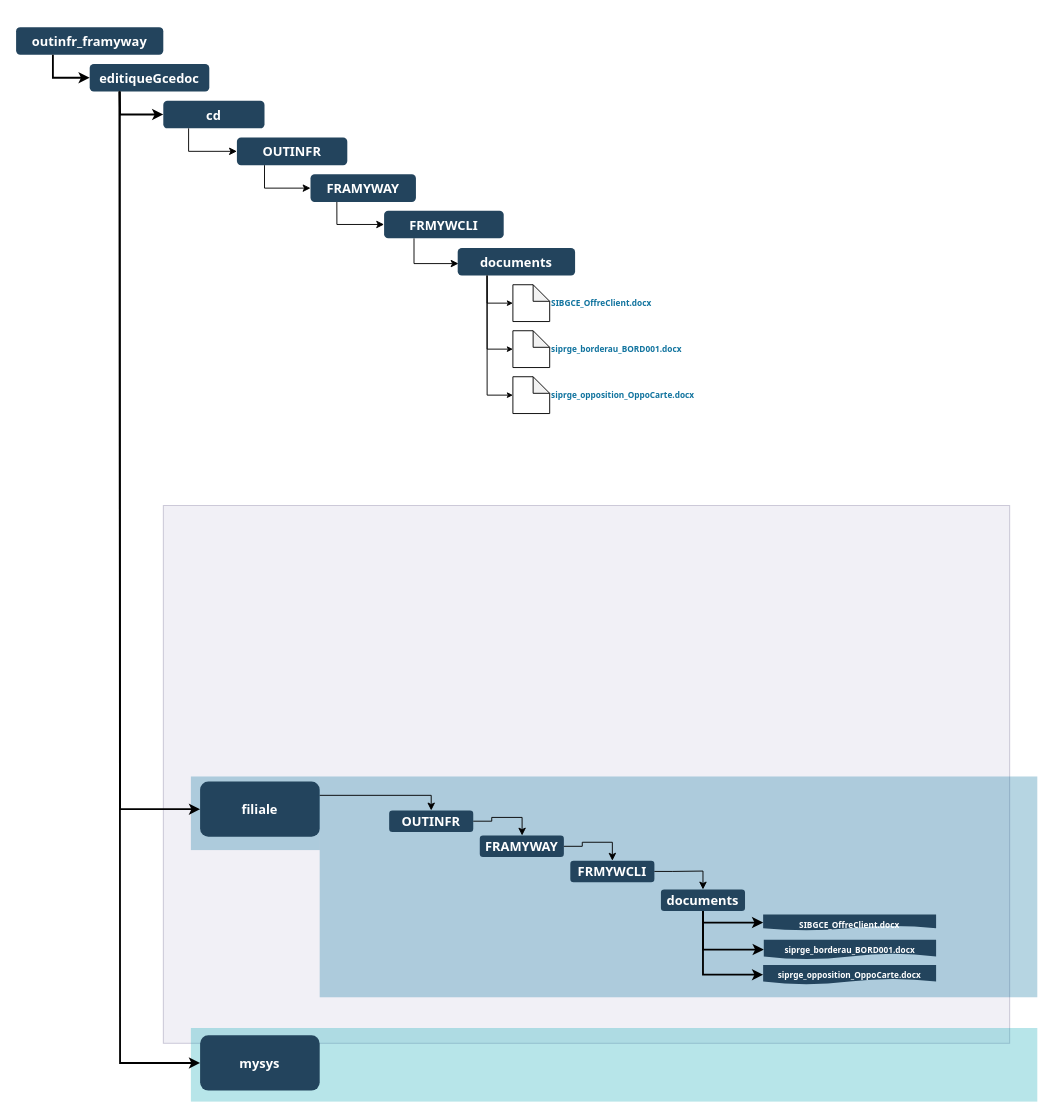
This is page "Copy of projet structure exemple" (2 of 3) of gcedoc_devops.drawio from salmen/gitflowdiagram, a draw.io file, before an edit. Source tidied: cells renumbered, new cells numbered last; positions are measured from the earlier drawing's top-left corner, leaving out a move shared by most shapes. Both pictures are drawn from the tidied source at 92%, with x=0, y=0 at pixel (16, 27).
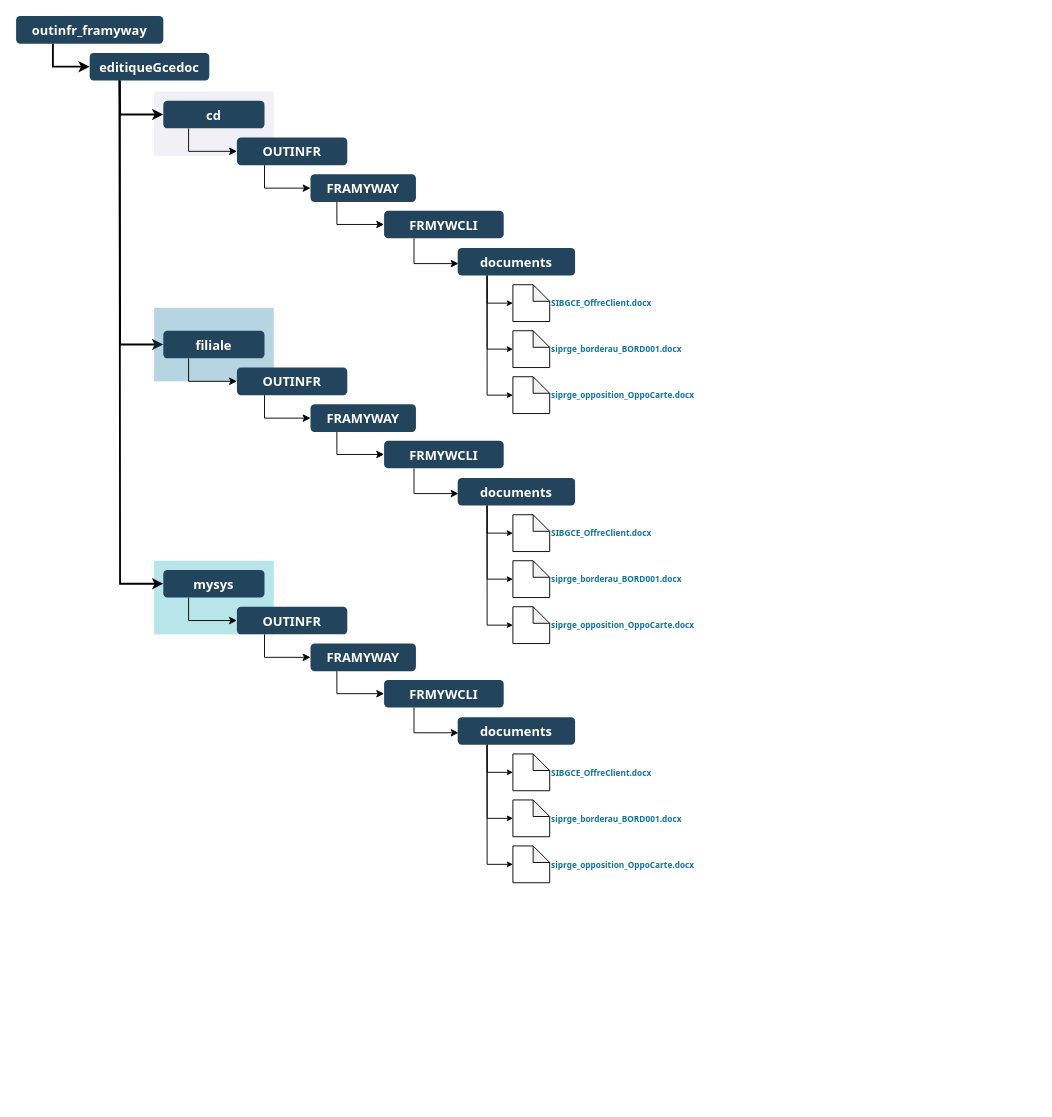
Above is the later version.

Commit message:
version plus condensée

Change to the diagram source:
```diff
@@
-    <mxCell id="2" style="fillColor=#d0cee2;strokeColor=#56517e;opacity=30;" parent="1" vertex="1">
-      <mxGeometry x="160" y="520" width="920" height="584.5" as="geometry" />
+    <mxCell id="2" style="fillColor=#d0cee2;opacity=30;strokeColor=none;" parent="1" vertex="1">
+      <mxGeometry x="150" y="70" width="130" height="70" as="geometry" />
     </mxCell>
-    <mxCell id="3" style="fillColor=#10739E;strokeColor=none;opacity=30;" parent="1" vertex="1">
-      <mxGeometry x="190" y="814.5" width="140" height="80" as="geometry" />
-    </mxCell>
     <mxCell id="4" style="fillColor=#12AAB5;strokeColor=none;opacity=30;" parent="1" vertex="1">
-      <mxGeometry x="190" y="1087.9" width="920" height="80" as="geometry" />
+      <mxGeometry x="150" y="580" width="130" height="80" as="geometry" />
     </mxCell>
     <mxCell id="5" value="outinfr_framyway" style="rounded=1;fillColor=#23445D;gradientColor=none;strokeColor=none;fontColor=#FFFFFF;fontStyle=1;fontFamily=Tahoma;fontSize=14;" parent="1" vertex="1">
-      <mxGeometry width="160" height="30" as="geometry" />
+      <mxGeometry y="-12" width="160" height="30" as="geometry" />
     </mxCell>
     <mxCell id="6" value="editiqueGcedoc" style="rounded=1;fillColor=#23445D;gradientColor=none;strokeColor=none;fontColor=#FFFFFF;fontStyle=1;fontFamily=Tahoma;fontSize=14;" parent="1" vertex="1">
-      <mxGeometry x="80" y="40" width="130" height="30" as="geometry" />
+      <mxGeometry x="80" y="28" width="130" height="30" as="geometry" />
     </mxCell>
@@
-    <mxCell id="8" value="filiale" style="rounded=1;fillColor=#23445D;gradientColor=none;strokeColor=none;fontColor=#FFFFFF;fontStyle=1;fontFamily=Tahoma;fontSize=14;" parent="1" vertex="1">
-      <mxGeometry x="200" y="820" width="130" height="60" as="geometry" />
-    </mxCell>
-    <mxCell id="9" value="mysys" style="rounded=1;fillColor=#23445D;gradientColor=none;strokeColor=none;fontColor=#FFFFFF;fontStyle=1;fontFamily=Tahoma;fontSize=14;" parent="1" vertex="1">
-      <mxGeometry x="200" y="1095.9" width="130" height="60" as="geometry" />
-    </mxCell>
     <mxCell id="10" style="edgeStyle=elbowEdgeStyle;elbow=vertical;strokeWidth=2;rounded=0;exitX=0.25;exitY=1;exitDx=0;exitDy=0;entryX=0;entryY=0.5;entryDx=0;entryDy=0;" parent="1" edge="1" source="5" target="6">
-      <mxGeometry x="-23" as="geometry">
+      <mxGeometry x="-23" y="-12" as="geometry">
         <Array as="points">
-          <mxPoint x="60" y="55" />
+          <mxPoint x="60" y="43" />
         </Array>
       </mxGeometry>
     </mxCell>
@@
-    <mxCell id="12" style="edgeStyle=elbowEdgeStyle;elbow=horizontal;strokeWidth=2;rounded=0;exitX=0.25;exitY=1;exitDx=0;exitDy=0;" parent="1" edge="1" source="6" target="8">
+    <mxCell id="12" style="edgeStyle=elbowEdgeStyle;elbow=horizontal;strokeWidth=2;rounded=0;exitX=0.25;exitY=1;exitDx=0;exitDy=0;entryX=0;entryY=0.5;entryDx=0;entryDy=0;" parent="1" edge="1" source="6" target="8">
       <mxGeometry x="-23" as="geometry">
         <Array as="points">
           <mxPoint x="113" y="120" />
           <mxPoint x="162" y="290" />
         </Array>
       </mxGeometry>
     </mxCell>
@@
     <mxCell id="23" style="group;fillColor=#10739E;opacity=30;strokeWidth=1;" parent="1" vertex="1">
-      <mxGeometry x="330" y="814.5" width="780" height="240" as="geometry" />
+      <mxGeometry x="150" y="305" width="130" height="80" as="geometry" />
     </mxCell>
-    <mxCell id="24" value="OUTINFR" style="rounded=1;fillColor=#23445D;gradientColor=none;strokeColor=none;fontColor=#FFFFFF;fontStyle=1;fontFamily=Tahoma;fontSize=14;" parent="1" vertex="1">
-      <mxGeometry x="405.5" y="851.4" width="91.4" height="23.4" as="geometry" />
-    </mxCell>
-    <mxCell id="25" value="FRAMYWAY" style="rounded=1;fillColor=#23445D;gradientColor=none;strokeColor=none;fontColor=#FFFFFF;fontStyle=1;fontFamily=Tahoma;fontSize=14;" parent="1" vertex="1">
-      <mxGeometry x="504" y="878.7" width="91.4" height="23.4" as="geometry" />
-    </mxCell>
-    <mxCell id="26" style="edgeStyle=orthogonalEdgeStyle;rounded=0;jettySize=auto;html=1;" parent="1" edge="1" source="24" target="25">
-      <mxGeometry x="340" y="854.5" as="geometry">
-        <Array as="points">
-          <mxPoint x="517" y="863" />
-          <mxPoint x="517" y="859" />
-          <mxPoint x="550" y="859" />
-        </Array>
-      </mxGeometry>
-    </mxCell>
-    <mxCell id="27" style="edgeStyle=orthogonalEdgeStyle;rounded=0;jettySize=auto;html=1;entryX=0.5;entryY=0;entryDx=0;entryDy=0;exitX=1;exitY=0.25;exitDx=0;exitDy=0;" parent="1" edge="1" source="8" target="24">
-      <mxGeometry x="340" y="854.5" as="geometry">
-        <Array as="points">
-          <mxPoint x="451" y="835" />
-        </Array>
-      </mxGeometry>
-    </mxCell>
-    <mxCell id="28" value="FRMYWCLI" style="rounded=1;fillColor=#23445D;gradientColor=none;strokeColor=none;fontColor=#FFFFFF;fontStyle=1;fontFamily=Tahoma;fontSize=14;" parent="1" vertex="1">
-      <mxGeometry x="602.4" y="906" width="91.4" height="23.4" as="geometry" />
-    </mxCell>
-    <mxCell id="29" style="edgeStyle=orthogonalEdgeStyle;rounded=0;jettySize=auto;html=1;" parent="1" edge="1" source="25" target="28">
-      <mxGeometry x="340" y="854.5" as="geometry" />
-    </mxCell>
-    <mxCell id="30" value="documents" style="rounded=1;fillColor=#23445D;gradientColor=none;strokeColor=none;fontColor=#FFFFFF;fontStyle=1;fontFamily=Tahoma;fontSize=14;" parent="1" vertex="1">
-      <mxGeometry x="700.9" y="937.3" width="91.4" height="23.4" as="geometry" />
-    </mxCell>
-    <mxCell id="31" style="edgeStyle=orthogonalEdgeStyle;rounded=0;jettySize=auto;html=1;" parent="1" edge="1" source="28" target="30">
-      <mxGeometry x="340" y="854.5" as="geometry" />
-    </mxCell>
-    <mxCell id="32" value="SIBGCE_OffreClient.docx" style="shape=document;whiteSpace=wrap;html=1;boundedLbl=1;rounded=1;fontFamily=Tahoma;fontSize=9;fontColor=#FFFFFF;fontStyle=1;strokeColor=none;fillColor=#23445D;verticalAlign=top;" parent="1" vertex="1">
-      <mxGeometry x="812" y="964.6" width="188" height="17.4" as="geometry" />
-    </mxCell>
-    <mxCell id="33" value="siprge_opposition_OppoCarte.docx" style="shape=document;boundedLbl=1;rounded=1;fontFamily=Tahoma;fontSize=9;fontColor=#FFFFFF;fontStyle=1;strokeColor=none;fillColor=#23445D;labelPosition=center;verticalLabelPosition=middle;align=center;verticalAlign=top;whiteSpace=wrap;html=1;" parent="1" vertex="1">
-      <mxGeometry x="812" y="1019.3" width="188" height="21.3" as="geometry" />
-    </mxCell>
-    <mxCell id="34" value="siprge_borderau_BORD001.docx" style="shape=document;boundedLbl=1;rounded=1;fontFamily=Tahoma;fontSize=9;fontColor=#FFFFFF;fontStyle=1;strokeColor=none;fillColor=#23445D;labelPosition=center;verticalLabelPosition=middle;align=center;verticalAlign=top;whiteSpace=wrap;html=1;" parent="1" vertex="1">
-      <mxGeometry x="812.7" y="992" width="187.3" height="21.3" as="geometry" />
-    </mxCell>
-    <mxCell id="35" style="edgeStyle=elbowEdgeStyle;elbow=horizontal;strokeWidth=2;rounded=0;entryX=0;entryY=0.5;entryDx=0;entryDy=0;exitX=0.5;exitY=1;exitDx=0;exitDy=0;" parent="1" edge="1" source="30" target="34">
-      <mxGeometry x="540.4" y="753" as="geometry">
-        <Array as="points">
-          <mxPoint x="746.6" y="980.3" />
-        </Array>
-      </mxGeometry>
-    </mxCell>
-    <mxCell id="36" style="edgeStyle=elbowEdgeStyle;elbow=horizontal;strokeWidth=2;rounded=0;entryX=0;entryY=0.5;entryDx=0;entryDy=0;exitX=0.5;exitY=1;exitDx=0;exitDy=0;" parent="1" edge="1" source="30" target="32">
-      <mxGeometry x="540.4" y="721.7" as="geometry">
-        <Array as="points">
-          <mxPoint x="746.6" y="949" />
-        </Array>
-      </mxGeometry>
-    </mxCell>
-    <mxCell id="37" style="edgeStyle=elbowEdgeStyle;elbow=horizontal;strokeWidth=2;rounded=0;entryX=0;entryY=0.5;entryDx=0;entryDy=0;exitX=0.5;exitY=1;exitDx=0;exitDy=0;" parent="1" edge="1" source="30" target="33">
-      <mxGeometry x="547.5" y="756.9" as="geometry">
-        <Array as="points">
-          <mxPoint x="746.6" y="1019.3" />
-        </Array>
-      </mxGeometry>
-    </mxCell>
@@
+    <mxCell id="8" value="filiale" style="rounded=1;fillColor=#23445D;gradientColor=none;strokeColor=none;fontColor=#FFFFFF;fontStyle=1;fontFamily=Tahoma;fontSize=14;" parent="1" vertex="1">
+      <mxGeometry x="160" y="330" width="110" height="30" as="geometry" />
+    </mxCell>
+    <mxCell id="43" style="edgeStyle=orthogonalEdgeStyle;rounded=0;jettySize=auto;html=1;exitX=0.25;exitY=1;exitDx=0;exitDy=0;entryX=0;entryY=0.5;entryDx=0;entryDy=0;" parent="1" edge="1" source="44" target="46">
+      <mxGeometry relative="1" as="geometry" />
+    </mxCell>
+    <mxCell id="44" value="OUTINFR" style="rounded=1;fillColor=#23445D;gradientColor=none;strokeColor=none;fontColor=#FFFFFF;fontStyle=1;fontFamily=Tahoma;fontSize=14;" parent="1" vertex="1">
+      <mxGeometry x="240" y="370" width="120" height="30" as="geometry" />
+    </mxCell>
+    <mxCell id="45" style="edgeStyle=orthogonalEdgeStyle;rounded=0;jettySize=auto;html=1;exitX=0.25;exitY=1;exitDx=0;exitDy=0;entryX=0;entryY=0.5;entryDx=0;entryDy=0;" parent="1" edge="1" source="46" target="49">
+      <mxGeometry relative="1" as="geometry">
+        <Array as="points">
+          <mxPoint x="349" y="465" />
+        </Array>
+      </mxGeometry>
+    </mxCell>
+    <mxCell id="46" value="FRAMYWAY" style="rounded=1;fillColor=#23445D;gradientColor=none;strokeColor=none;fontColor=#FFFFFF;fontStyle=1;fontFamily=Tahoma;fontSize=14;" parent="1" vertex="1">
+      <mxGeometry x="320" y="410" width="114.6" height="30" as="geometry" />
+    </mxCell>
+    <mxCell id="47" style="edgeStyle=orthogonalEdgeStyle;rounded=0;jettySize=auto;html=1;entryX=0;entryY=0.5;entryDx=0;entryDy=0;exitX=0.25;exitY=1;exitDx=0;exitDy=0;" parent="1" edge="1" source="8" target="44">
+      <mxGeometry relative="1" as="geometry">
+        <Array as="points">
+          <mxPoint x="187" y="385" />
+        </Array>
+      </mxGeometry>
+    </mxCell>
+    <mxCell id="48" style="edgeStyle=orthogonalEdgeStyle;rounded=0;jettySize=auto;html=1;exitX=0.25;exitY=1;exitDx=0;exitDy=0;entryX=0.007;entryY=0.567;entryDx=0;entryDy=0;entryPerimeter=0;" parent="1" edge="1" source="49" target="50">
+      <mxGeometry relative="1" as="geometry" />
+    </mxCell>
+    <mxCell id="49" value="FRMYWCLI" style="rounded=1;fillColor=#23445D;gradientColor=none;strokeColor=none;fontColor=#FFFFFF;fontStyle=1;fontFamily=Tahoma;fontSize=14;" parent="1" vertex="1">
+      <mxGeometry x="400" y="449.5" width="130" height="30" as="geometry" />
+    </mxCell>
+    <mxCell id="50" value="documents" style="rounded=1;fillColor=#23445D;gradientColor=none;strokeColor=none;fontColor=#FFFFFF;fontStyle=1;fontFamily=Tahoma;fontSize=14;" parent="1" vertex="1">
+      <mxGeometry x="480" y="490" width="127.6" height="30" as="geometry" />
+    </mxCell>
+    <mxCell id="51" style="edgeStyle=elbowEdgeStyle;elbow=horizontal;strokeWidth=1;rounded=0;entryX=0;entryY=0.5;entryDx=0;entryDy=0;entryPerimeter=0;endSize=4;exitX=0.25;exitY=1;exitDx=0;exitDy=0;" parent="1" edge="1" source="50" target="52">
+      <mxGeometry x="515" y="134.5" as="geometry">
+        <Array as="points">
+          <mxPoint x="512" y="540" />
+        </Array>
+      </mxGeometry>
+    </mxCell>
+    <mxCell id="52" value="&lt;span style=&quot;font-family: tahoma; font-size: 9px; font-weight: 700;&quot;&gt;SIBGCE_OffreClient.docx&lt;/span&gt;" style="shape=note;whiteSpace=wrap;html=1;backgroundOutline=1;darkOpacity=0.05;fontColor=#10739E;size=18;verticalAlign=middle;labelPosition=right;verticalLabelPosition=middle;align=left;" parent="1" vertex="1">
+      <mxGeometry x="540" y="530" width="40" height="40" as="geometry" />
+    </mxCell>
+    <mxCell id="53" value="&lt;span style=&quot;font-family: &amp;#34;tahoma&amp;#34; ; font-size: 9px ; font-weight: 700 ; text-align: center&quot;&gt;siprge_borderau_BORD001.docx&lt;/span&gt;" style="shape=note;whiteSpace=wrap;html=1;backgroundOutline=1;darkOpacity=0.05;fontColor=#10739E;size=18;verticalAlign=middle;labelPosition=right;verticalLabelPosition=middle;align=left;" parent="1" vertex="1">
+      <mxGeometry x="540" y="580" width="40" height="40" as="geometry" />
+    </mxCell>
+    <mxCell id="54" value="&lt;span style=&quot;font-family: &amp;#34;tahoma&amp;#34; ; font-size: 9px ; font-weight: 700 ; text-align: center&quot;&gt;siprge_opposition_OppoCarte.docx&lt;/span&gt;" style="shape=note;whiteSpace=wrap;html=1;backgroundOutline=1;darkOpacity=0.05;fontColor=#10739E;size=18;verticalAlign=middle;labelPosition=right;verticalLabelPosition=middle;align=left;" parent="1" vertex="1">
+      <mxGeometry x="540" y="630" width="40" height="40" as="geometry" />
+    </mxCell>
+    <mxCell id="55" style="edgeStyle=elbowEdgeStyle;elbow=horizontal;strokeWidth=1;rounded=0;entryX=0;entryY=0.5;entryDx=0;entryDy=0;entryPerimeter=0;endSize=4;exitX=0.25;exitY=1;exitDx=0;exitDy=0;" parent="1" edge="1" source="50" target="53">
+      <mxGeometry x="515" y="184.5" as="geometry">
+        <Array as="points">
+          <mxPoint x="512" y="560" />
+        </Array>
+      </mxGeometry>
+    </mxCell>
+    <mxCell id="56" style="edgeStyle=elbowEdgeStyle;elbow=horizontal;strokeWidth=1;rounded=0;entryX=0;entryY=0.5;entryDx=0;entryDy=0;entryPerimeter=0;endSize=4;exitX=0.25;exitY=1;exitDx=0;exitDy=0;" parent="1" edge="1" source="50" target="54">
+      <mxGeometry x="525" y="194.5" as="geometry">
+        <Array as="points">
+          <mxPoint x="512" y="590" />
+        </Array>
+      </mxGeometry>
+    </mxCell>
+    <mxCell id="9" value="mysys" style="rounded=1;fillColor=#23445D;gradientColor=none;strokeColor=none;fontColor=#FFFFFF;fontStyle=1;fontFamily=Tahoma;fontSize=14;" parent="1" vertex="1">
+      <mxGeometry x="160" y="590" width="110" height="30" as="geometry" />
+    </mxCell>
+    <mxCell id="57" style="edgeStyle=orthogonalEdgeStyle;rounded=0;jettySize=auto;html=1;exitX=0.25;exitY=1;exitDx=0;exitDy=0;entryX=0;entryY=0.5;entryDx=0;entryDy=0;" parent="1" edge="1" source="58" target="60">
+      <mxGeometry relative="1" as="geometry" />
+    </mxCell>
+    <mxCell id="58" value="OUTINFR" style="rounded=1;fillColor=#23445D;gradientColor=none;strokeColor=none;fontColor=#FFFFFF;fontStyle=1;fontFamily=Tahoma;fontSize=14;" parent="1" vertex="1">
+      <mxGeometry x="240" y="630" width="120" height="30" as="geometry" />
+    </mxCell>
+    <mxCell id="59" style="edgeStyle=orthogonalEdgeStyle;rounded=0;jettySize=auto;html=1;exitX=0.25;exitY=1;exitDx=0;exitDy=0;entryX=0;entryY=0.5;entryDx=0;entryDy=0;" parent="1" edge="1" source="60" target="63">
+      <mxGeometry relative="1" as="geometry">
+        <Array as="points">
+          <mxPoint x="349" y="725" />
+        </Array>
+      </mxGeometry>
+    </mxCell>
+    <mxCell id="60" value="FRAMYWAY" style="rounded=1;fillColor=#23445D;gradientColor=none;strokeColor=none;fontColor=#FFFFFF;fontStyle=1;fontFamily=Tahoma;fontSize=14;" parent="1" vertex="1">
+      <mxGeometry x="320" y="670" width="114.6" height="30" as="geometry" />
+    </mxCell>
+    <mxCell id="61" style="edgeStyle=orthogonalEdgeStyle;rounded=0;jettySize=auto;html=1;entryX=0;entryY=0.5;entryDx=0;entryDy=0;exitX=0.25;exitY=1;exitDx=0;exitDy=0;" parent="1" edge="1" source="9" target="58">
+      <mxGeometry relative="1" as="geometry">
+        <Array as="points">
+          <mxPoint x="188" y="645" />
+        </Array>
+      </mxGeometry>
+    </mxCell>
+    <mxCell id="62" style="edgeStyle=orthogonalEdgeStyle;rounded=0;jettySize=auto;html=1;exitX=0.25;exitY=1;exitDx=0;exitDy=0;entryX=0.007;entryY=0.567;entryDx=0;entryDy=0;entryPerimeter=0;" parent="1" edge="1" source="63" target="64">
+      <mxGeometry relative="1" as="geometry" />
+    </mxCell>
+    <mxCell id="63" value="FRMYWCLI" style="rounded=1;fillColor=#23445D;gradientColor=none;strokeColor=none;fontColor=#FFFFFF;fontStyle=1;fontFamily=Tahoma;fontSize=14;" parent="1" vertex="1">
+      <mxGeometry x="400" y="709.5" width="130" height="30" as="geometry" />
+    </mxCell>
+    <mxCell id="64" value="documents" style="rounded=1;fillColor=#23445D;gradientColor=none;strokeColor=none;fontColor=#FFFFFF;fontStyle=1;fontFamily=Tahoma;fontSize=14;" parent="1" vertex="1">
+      <mxGeometry x="480" y="750" width="127.6" height="30" as="geometry" />
+    </mxCell>
+    <mxCell id="65" style="edgeStyle=elbowEdgeStyle;elbow=horizontal;strokeWidth=1;rounded=0;entryX=0;entryY=0.5;entryDx=0;entryDy=0;entryPerimeter=0;endSize=4;exitX=0.25;exitY=1;exitDx=0;exitDy=0;" parent="1" edge="1" source="64" target="66">
+      <mxGeometry x="515" y="394.5" as="geometry">
+        <Array as="points">
+          <mxPoint x="512" y="800" />
+        </Array>
+      </mxGeometry>
+    </mxCell>
+    <mxCell id="66" value="&lt;span style=&quot;font-family: tahoma; font-size: 9px; font-weight: 700;&quot;&gt;SIBGCE_OffreClient.docx&lt;/span&gt;" style="shape=note;whiteSpace=wrap;html=1;backgroundOutline=1;darkOpacity=0.05;fontColor=#10739E;size=18;verticalAlign=middle;labelPosition=right;verticalLabelPosition=middle;align=left;" parent="1" vertex="1">
+      <mxGeometry x="540" y="790" width="40" height="40" as="geometry" />
+    </mxCell>
+    <mxCell id="67" value="&lt;span style=&quot;font-family: &amp;#34;tahoma&amp;#34; ; font-size: 9px ; font-weight: 700 ; text-align: center&quot;&gt;siprge_borderau_BORD001.docx&lt;/span&gt;" style="shape=note;whiteSpace=wrap;html=1;backgroundOutline=1;darkOpacity=0.05;fontColor=#10739E;size=18;verticalAlign=middle;labelPosition=right;verticalLabelPosition=middle;align=left;" parent="1" vertex="1">
+      <mxGeometry x="540" y="840" width="40" height="40" as="geometry" />
+    </mxCell>
+    <mxCell id="68" value="&lt;span style=&quot;font-family: &amp;#34;tahoma&amp;#34; ; font-size: 9px ; font-weight: 700 ; text-align: center&quot;&gt;siprge_opposition_OppoCarte.docx&lt;/span&gt;" style="shape=note;whiteSpace=wrap;html=1;backgroundOutline=1;darkOpacity=0.05;fontColor=#10739E;size=18;verticalAlign=middle;labelPosition=right;verticalLabelPosition=middle;align=left;" parent="1" vertex="1">
+      <mxGeometry x="540" y="890" width="40" height="40" as="geometry" />
+    </mxCell>
+    <mxCell id="69" style="edgeStyle=elbowEdgeStyle;elbow=horizontal;strokeWidth=1;rounded=0;entryX=0;entryY=0.5;entryDx=0;entryDy=0;entryPerimeter=0;endSize=4;exitX=0.25;exitY=1;exitDx=0;exitDy=0;" parent="1" edge="1" source="64" target="67">
+      <mxGeometry x="515" y="444.5" as="geometry">
+        <Array as="points">
+          <mxPoint x="512" y="820" />
+        </Array>
+      </mxGeometry>
+    </mxCell>
+    <mxCell id="70" style="edgeStyle=elbowEdgeStyle;elbow=horizontal;strokeWidth=1;rounded=0;entryX=0;entryY=0.5;entryDx=0;entryDy=0;entryPerimeter=0;endSize=4;exitX=0.25;exitY=1;exitDx=0;exitDy=0;" parent="1" edge="1" source="64" target="68">
+      <mxGeometry x="525" y="454.5" as="geometry">
+        <Array as="points">
+          <mxPoint x="512" y="850" />
+        </Array>
+      </mxGeometry>
+    </mxCell>
```
